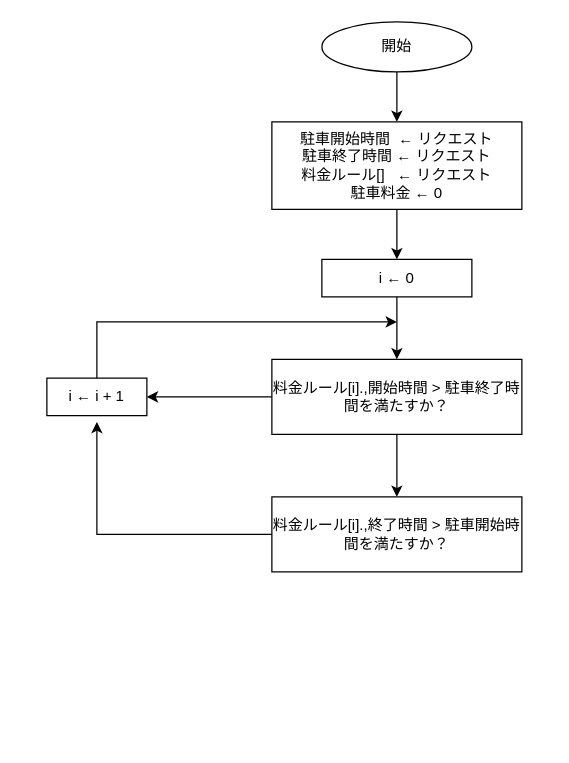
This is Untitled Diagram.drawio from koezukar/test-enviroment, a draw.io file, before an edit. Source tidied: cells renumbered, new cells numbered last; positions are measured from the earlier drawing's top-left corner, leaving out a move shared by most shapes. Both pictures are drawn from the tidied source at 125%, with x=0, y=0 at pixel (46, 21).
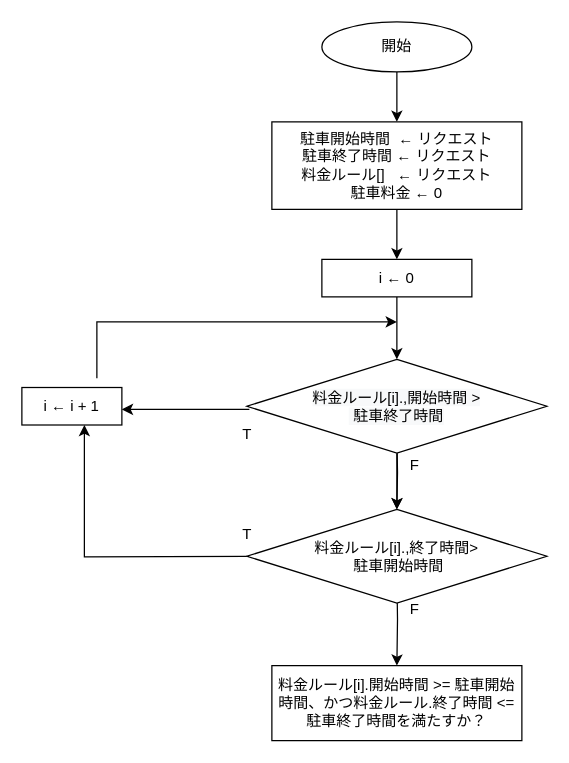
Above is the later version.

Unchanged cells that the change refers to:
```xml
<mxCell id="7" value="i ← 0" style="rounded=0;whiteSpace=wrap;html=1;" parent="1" vertex="1">
  <mxGeometry x="220" y="190" width="120" height="30" as="geometry" />
</mxCell>
```

The edit, as a diff of the source:
```diff
@@
-    <mxCell id="6" style="edgeStyle=orthogonalEdgeStyle;rounded=0;jettySize=auto;html=1;" parent="1" edge="1" source="7" target="10">
-      <mxGeometry relative="1" as="geometry" />
+    <mxCell id="6" style="edgeStyle=orthogonalEdgeStyle;rounded=0;jettySize=auto;html=1;" parent="1" edge="1" source="7">
+      <mxGeometry relative="1" as="geometry">
+        <mxPoint x="280" y="270" as="targetPoint" />
+      </mxGeometry>
     </mxCell>
@@
-    <mxCell id="8" style="edgeStyle=orthogonalEdgeStyle;rounded=0;jettySize=auto;html=1;" parent="1" edge="1" source="10" target="11">
-      <mxGeometry relative="1" as="geometry" />
+    <mxCell id="8" style="edgeStyle=orthogonalEdgeStyle;rounded=0;jettySize=auto;html=1;entryX=0.5;entryY=0;entryDx=0;entryDy=0;" parent="1" edge="1" target="21">
+      <mxGeometry relative="1" as="geometry">
+        <mxPoint x="280" y="330" as="sourcePoint" />
+      </mxGeometry>
     </mxCell>
-    <mxCell id="9" style="edgeStyle=orthogonalEdgeStyle;rounded=0;jettySize=auto;html=1;" parent="1" edge="1" source="10" target="12">
-      <mxGeometry relative="1" as="geometry" />
+    <mxCell id="9" style="edgeStyle=orthogonalEdgeStyle;rounded=0;jettySize=auto;html=1;" parent="1" edge="1" target="12">
+      <mxGeometry relative="1" as="geometry">
+        <mxPoint x="162" y="310" as="sourcePoint" />
+        <Array as="points">
+          <mxPoint x="110" y="310" />
+          <mxPoint x="110" y="310" />
+        </Array>
+      </mxGeometry>
     </mxCell>
-    <mxCell id="10" value="料金ルール[i].,開始時間 &amp;gt; 駐車終了時間を満たすか？" style="rounded=0;whiteSpace=wrap;html=1;" parent="1" vertex="1">
-      <mxGeometry x="180" y="270" width="200" height="60" as="geometry" />
-    </mxCell>
-    <mxCell id="11" value="料金ルール[i].,終了時間 &amp;gt; 駐車開始時間を満たすか？" style="rounded=0;whiteSpace=wrap;html=1;" parent="1" vertex="1">
-      <mxGeometry x="180" y="380" width="200" height="60" as="geometry" />
-    </mxCell>
+    <mxCell id="15" style="edgeStyle=orthogonalEdgeStyle;rounded=0;jettySize=auto;html=1;" parent="1" edge="1" target="16">
+      <mxGeometry relative="1" as="geometry">
+        <mxPoint x="280" y="440" as="sourcePoint" />
+      </mxGeometry>
+    </mxCell>
     <mxCell id="12" value="i ← i + 1" style="rounded=0;whiteSpace=wrap;html=1;" parent="1" vertex="1">
-      <mxGeometry y="285" width="80" height="30" as="geometry" />
+      <mxGeometry x="-20" y="292.5" width="80" height="30" as="geometry" />
     </mxCell>
@@
-    <mxCell id="14" style="endArrow=classic;html=1;rounded=0;exitX=0;exitY=0.5;exitDx=0;exitDy=0;" parent="1" edge="1" source="11">
+    <mxCell id="14" style="endArrow=classic;html=1;rounded=0;exitX=0;exitY=0.5;exitDx=0;exitDy=0;" parent="1" edge="1" source="21">
       <mxGeometry relative="1" as="geometry">
-        <mxPoint x="40" y="320" as="targetPoint" />
+        <mxPoint x="30" y="322.5" as="targetPoint" />
         <Array as="points">
-          <mxPoint x="40" y="410" />
+          <mxPoint x="30" y="428" />
         </Array>
       </mxGeometry>
     </mxCell>
+    <mxCell id="16" value="料金ルール[i].開始時間 &amp;gt;= 駐車開始時間、かつ料金ルール.終了時間 &amp;lt;= 駐車終了時間を満たすか？" style="whiteSpace=wrap;html=1;rounded=0;" parent="1" vertex="1">
+      <mxGeometry x="180" y="515" width="200" height="60" as="geometry" />
+    </mxCell>
+    <mxCell id="17" style="edgeStyle=orthogonalEdgeStyle;rounded=0;jettySize=auto;html=1;fontSize=12;" parent="1" edge="1" source="18" target="21">
+      <mxGeometry relative="1" as="geometry" />
+    </mxCell>
+    <mxCell id="18" value="&lt;font&gt;&lt;span style=&quot;color: rgb(0 , 0 , 0) ; font-family: &amp;#34;helvetica&amp;#34; ; font-style: normal ; font-weight: 400 ; letter-spacing: normal ; text-align: center ; text-indent: 0px ; text-transform: none ; word-spacing: 0px ; background-color: rgb(248 , 249 , 250) ; display: inline ; float: none&quot;&gt;&lt;font style=&quot;font-size: 12px&quot;&gt;料金ルール[i].,開始時間 &amp;gt;&lt;br&gt;&amp;nbsp;駐車終了時間&lt;/font&gt;&lt;/span&gt;&lt;br style=&quot;font-size: 9px&quot;&gt;&lt;/font&gt;" style="rhombus;whiteSpace=wrap;html=1;" parent="1" vertex="1">
+      <mxGeometry x="160" y="270" width="240" height="75" as="geometry" />
+    </mxCell>
+    <mxCell id="19" value="F" style="text;html=1;align=center;verticalAlign=middle;strokeColor=none;fillColor=none;fontSize=12;" parent="1" vertex="1">
+      <mxGeometry x="284" y="345" width="20" height="20" as="geometry" />
+    </mxCell>
+    <mxCell id="20" value="T" style="text;html=1;align=center;verticalAlign=middle;strokeColor=none;fillColor=none;fontSize=12;" parent="1" vertex="1">
+      <mxGeometry x="150" y="320" width="20" height="20" as="geometry" />
+    </mxCell>
+    <mxCell id="21" value="&lt;font&gt;料金ルール[i].,終了時間&amp;gt;&lt;br&gt;&amp;nbsp;駐車開始時間&lt;br style=&quot;font-size: 9px&quot;&gt;&lt;/font&gt;" style="rhombus;whiteSpace=wrap;html=1;" parent="1" vertex="1">
+      <mxGeometry x="160" y="390" width="240" height="75" as="geometry" />
+    </mxCell>
+    <mxCell id="22" value="F" style="text;html=1;align=center;verticalAlign=middle;strokeColor=none;fillColor=none;fontSize=12;" parent="1" vertex="1">
+      <mxGeometry x="284" y="460" width="20" height="20" as="geometry" />
+    </mxCell>
+    <mxCell id="23" value="T" style="text;html=1;align=center;verticalAlign=middle;strokeColor=none;fillColor=none;fontSize=12;" parent="1" vertex="1">
+      <mxGeometry x="150" y="400" width="20" height="20" as="geometry" />
+    </mxCell>
```
